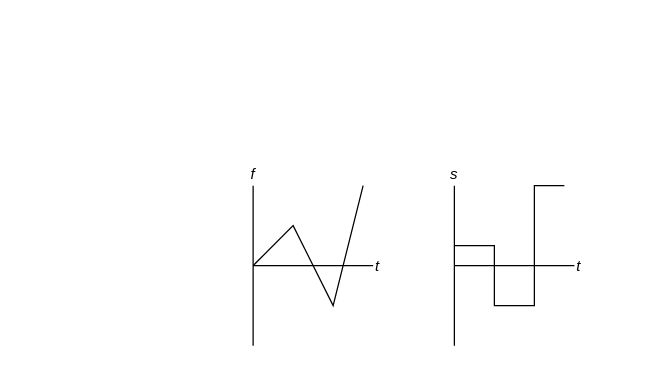
Above: slopes.drawio in HenrikSamuelsson/reading-calculus-3rd-ed-by-strang (draw.io), before the change. Source tidied: cells renumbered, new cells numbered last; positions are measured from the earlier drawing's top-left corner, leaving out a move shared by most shapes. Both pictures are drawn from the tidied source at 125%, with x=0, y=0 at pixel (240, 172).
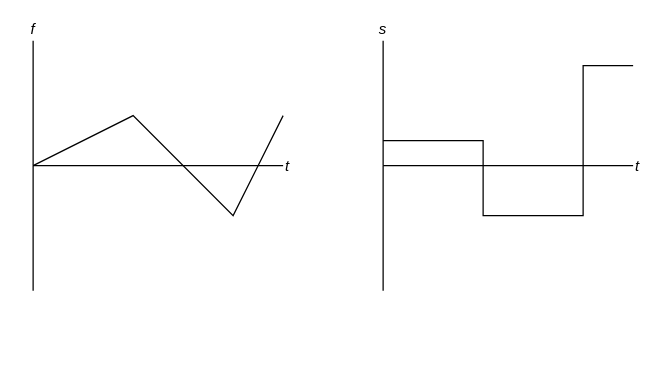
Above is the later version.

What changed in the source:
```diff
@@
-    <mxCell id="3" style="endArrow=none;html=1;rounded=0;" parent="1" edge="1" source="4" target="5">
-      <mxGeometry relative="1" as="geometry" />
+    <mxCell id="3" style="endArrow=none;html=1;rounded=0;" parent="1" edge="1" source="4">
+      <mxGeometry relative="1" as="geometry">
+        <mxPoint x="34" y="-6" as="targetPoint" />
+      </mxGeometry>
     </mxCell>
-    <mxCell id="4" style="shape=waypoint;sketch=0;fillStyle=solid;size=6;points=[];fillColor=none;perimeter=centerPerimeter;snapToPoint=1;strokeColor=none;" parent="1" vertex="1">
-      <mxGeometry y="64" width="20" height="20" as="geometry" />
-    </mxCell>
     <mxCell id="5" value="t" style="shape=waypoint;sketch=0;fillStyle=solid;size=6;points=[];fillColor=none;perimeter=centerPerimeter;snapToPoint=1;strokeColor=none;strokeWidth=1;spacing=12;align=left;verticalAlign=middle;fontStyle=2;" parent="1" vertex="1">
-      <mxGeometry x="96" y="64" width="20" height="20" as="geometry" />
+      <mxGeometry x="24" y="-16" width="20" height="20" as="geometry" />
     </mxCell>
     <mxCell id="6" style="shape=waypoint;sketch=0;fillStyle=solid;size=6;points=[];fillColor=none;perimeter=centerPerimeter;snapToPoint=1;strokeColor=none;" parent="1" vertex="1">
-      <mxGeometry y="128" width="20" height="20" as="geometry" />
+      <mxGeometry x="-176" y="84" width="20" height="20" as="geometry" />
     </mxCell>
     <mxCell id="7" value="f" style="shape=waypoint;sketch=0;fillStyle=solid;size=6;points=[];fillColor=none;perimeter=centerPerimeter;snapToPoint=1;strokeColor=none;align=center;verticalAlign=bottom;fontStyle=2;spacing=12;" parent="1" vertex="1">
-      <mxGeometry width="20" height="20" as="geometry" />
+      <mxGeometry x="-176" y="-116" width="20" height="20" as="geometry" />
     </mxCell>
@@
     <mxCell id="11" style="shape=waypoint;sketch=0;fillStyle=solid;size=6;points=[];fillColor=none;perimeter=centerPerimeter;snapToPoint=1;strokeColor=none;" parent="1" vertex="1">
-      <mxGeometry x="161" y="64" width="20" height="20" as="geometry" />
+      <mxGeometry x="104" y="-16" width="20" height="20" as="geometry" />
     </mxCell>
     <mxCell id="12" value="t" style="shape=waypoint;sketch=0;fillStyle=solid;size=6;points=[];fillColor=none;perimeter=centerPerimeter;snapToPoint=1;strokeColor=none;strokeWidth=1;spacing=12;align=left;verticalAlign=middle;fontStyle=2;" parent="1" vertex="1">
-      <mxGeometry x="257" y="64" width="20" height="20" as="geometry" />
+      <mxGeometry x="304" y="-16" width="20" height="20" as="geometry" />
     </mxCell>
     <mxCell id="13" style="shape=waypoint;sketch=0;fillStyle=solid;size=6;points=[];fillColor=none;perimeter=centerPerimeter;snapToPoint=1;strokeColor=none;" parent="1" vertex="1">
-      <mxGeometry x="161" y="128" width="20" height="20" as="geometry" />
+      <mxGeometry x="104" y="84" width="20" height="20" as="geometry" />
     </mxCell>
     <mxCell id="14" value="s" style="shape=waypoint;sketch=0;fillStyle=solid;size=6;points=[];fillColor=none;perimeter=centerPerimeter;snapToPoint=1;strokeColor=none;align=center;verticalAlign=bottom;fontStyle=2;spacing=12;" parent="1" vertex="1">
-      <mxGeometry x="161" width="20" height="20" as="geometry" />
+      <mxGeometry x="104" y="-116" width="20" height="20" as="geometry" />
     </mxCell>
@@
     <mxCell id="16" style="endArrow=none;html=1;rounded=0;" parent="1" edge="1">
       <mxGeometry relative="1" as="geometry">
-        <mxPoint x="171" y="58" as="sourcePoint" />
-        <mxPoint x="259" y="10" as="targetPoint" />
+        <mxPoint x="114" y="-26" as="sourcePoint" />
+        <mxPoint x="314" y="-86" as="targetPoint" />
         <Array as="points">
-          <mxPoint x="203" y="58" />
-          <mxPoint x="203" y="106" />
-          <mxPoint x="235" y="106" />
-          <mxPoint x="235" y="10" />
+          <mxPoint x="194" y="-26" />
+          <mxPoint x="194" y="34" />
+          <mxPoint x="274" y="34" />
+          <mxPoint x="274" y="-86" />
         </Array>
       </mxGeometry>
     </mxCell>
     <mxCell id="17" style="endArrow=none;html=1;rounded=0;" parent="1" edge="1" source="4">
       <mxGeometry relative="1" as="geometry">
-        <mxPoint x="98" y="10" as="targetPoint" />
+        <mxPoint x="34" y="-46" as="targetPoint" />
         <Array as="points">
-          <mxPoint x="42" y="42" />
-          <mxPoint x="74" y="106" />
+          <mxPoint x="-86" y="-46" />
+          <mxPoint x="-6" y="34" />
         </Array>
       </mxGeometry>
     </mxCell>
+    <mxCell id="18" style="endArrow=none;html=1;rounded=0;" parent="1" edge="1" target="4">
+      <mxGeometry relative="1" as="geometry">
+        <mxPoint x="-166" y="-6" as="sourcePoint" />
+      </mxGeometry>
+    </mxCell>
+    <mxCell id="4" style="shape=waypoint;sketch=0;fillStyle=solid;size=6;points=[];fillColor=none;perimeter=centerPerimeter;snapToPoint=1;strokeColor=none;" parent="1" vertex="1">
+      <mxGeometry x="-176" y="-16" width="20" height="20" as="geometry" />
+    </mxCell>
```
